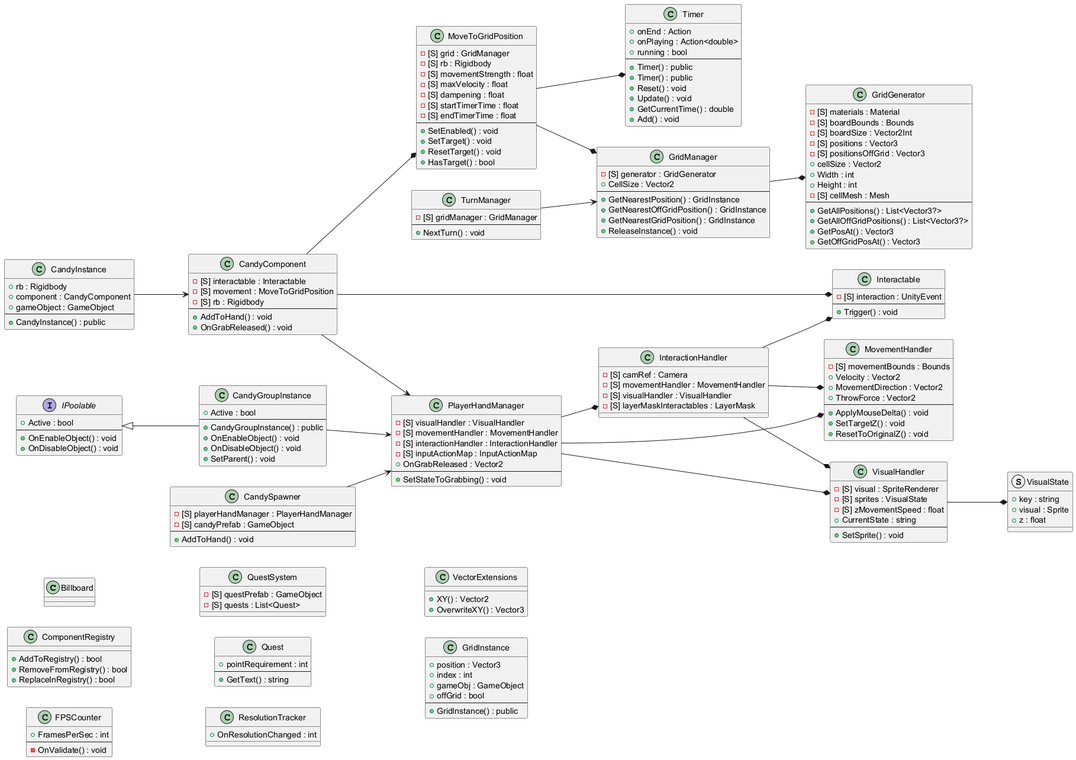
The PlantUML diagram .docs/desired_design.png in RyanDefost/Mii_Commander, before a commit. Its diagram source:
```plantuml
@startuml
skinparam classAttributeIconSize 10
set namespaceSeparator none
left to right direction

class Billboard {
}

class ComponentRegistry {
    + AddToRegistry() : bool
    + RemoveFromRegistry() : bool
    + ReplaceInRegistry() : bool
}

class FPSCounter {
    + FramesPerSec : int
    --
    - OnValidate() : void
}

interface IPoolable {
    + Active : bool
    --
    + OnEnableObject() : void
    + OnDisableObject() : void
}

class QuestSystem {
    - [S] questPrefab : GameObject
    - [S] quests : List<Quest>
}

class Quest {
    + pointRequirement : int
    --
    + GetText() : string
}

class ResolutionTracker {
    + OnResolutionChanged : int
}

class Timer {
    + onEnd : Action
    + onPlaying : Action<double>
    + running : bool
    --
    + Timer() : public
    + Timer() : public
    + Reset() : void
    + Update() : void
    + GetCurrentTime() : double
    + Add() : void
}

class VectorExtensions {
    + XY() : Vector2
    + OverwriteXY() : Vector3
}

class GridGenerator {
    - [S] materials : Material
    - [S] boardBounds : Bounds
    - [S] boardSize : Vector2Int
    - [S] positions : Vector3
    - [S] positionsOffGrid : Vector3
    + cellSize : Vector2
    + Width : int
    + Height : int
    - [S] cellMesh : Mesh
    --
    + GetAllPositions() : List<Vector3?>
    + GetAllOffGridPositions() : List<Vector3?>
    + GetPosAt() : Vector3
    + GetOffGridPosAt() : Vector3
}

class GridManager {
    - [S] generator : GridGenerator
    + CellSize : Vector2
    --
    + GetNearestPosition() : GridInstance
    + GetNearestOffGridPosition() : GridInstance
    + GetNearestGridPosition() : GridInstance
    + ReleaseInstance() : void
}

class GridInstance {
    + position : Vector3
    + index : int
    + gameObj : GameObject
    + offGrid : bool
    --
    + GridInstance() : public
}

class TurnManager {
    - [S] gridManager : GridManager
    --
    + NextTurn() : void
}

class Interactable {
    - [S] interaction : UnityEvent
    --
    + Trigger() : void
}

class MoveToGridPosition {
    - [S] grid : GridManager
    - [S] rb : Rigidbody
    - [S] movementStrength : float
    - [S] maxVelocity : float
    - [S] dampening : float
    - [S] startTimerTime : float
    - [S] endTimerTime : float
    --
    + SetEnabled() : void
    + SetTarget() : void
    + ResetTarget() : void
    + HasTarget() : bool
}

class CandyComponent {
    - [S] interactable : Interactable
    - [S] movement : MoveToGridPosition
    - [S] rb : Rigidbody
    --
    + AddToHand() : void
    + OnGrabReleased() : void
}

class CandyGroupInstance {
    + Active : bool
    --
    + CandyGroupInstance() : public
    + OnEnableObject() : void
    + OnDisableObject() : void
    + SetParent() : void
}

class CandyInstance {
    + rb : Rigidbody
    + component : CandyComponent
    + gameObject : GameObject
    --
    + CandyInstance() : public
}

class CandySpawner {
    - [S] playerHandManager : PlayerHandManager
    - [S] candyPrefab : GameObject
    --
    + AddToHand() : void
}

class InteractionHandler {
    - [S] camRef : Camera
    - [S] movementHandler : MovementHandler
    - [S] visualHandler : VisualHandler
    - [S] layerMaskInteractables : LayerMask
}

class MovementHandler {
    - [S] movementBounds : Bounds
    + Velocity : Vector2
    + MovementDirection : Vector2
    + ThrowForce : Vector2
    --
    + ApplyMouseDelta() : void
    + SetTargetZ() : void
    + ResetToOriginalZ() : void
}

class PlayerHandManager {
    - [S] visualHandler : VisualHandler
    - [S] movementHandler : MovementHandler
    - [S] interactionHandler : InteractionHandler
    - [S] inputActionMap : InputActionMap
    + OnGrabReleased : Vector2
    --
    + SetStateToGrabbing() : void
}

class VisualHandler {
    - [S] visual : SpriteRenderer
    - [S] sprites : VisualState
    - [S] zMovementSpeed : float
    + CurrentState : string
    --
    + SetSprite() : void
}

struct VisualState {
    + key : string
    + visual : Sprite
    + z : float
}

IPoolable <|-- CandyGroupInstance
GridManager --* GridGenerator
TurnManager --> GridManager
MoveToGridPosition --* GridManager
MoveToGridPosition --* Timer
CandyComponent --* Interactable
CandyComponent --* MoveToGridPosition
CandyComponent --> PlayerHandManager
CandyGroupInstance --> PlayerHandManager
CandyInstance --> CandyComponent
CandySpawner --> PlayerHandManager
InteractionHandler --* MovementHandler
InteractionHandler --* VisualHandler
InteractionHandler --* Interactable
PlayerHandManager --* VisualHandler
PlayerHandManager --* MovementHandler
PlayerHandManager --* InteractionHandler
VisualHandler --* VisualState

@enduml
```
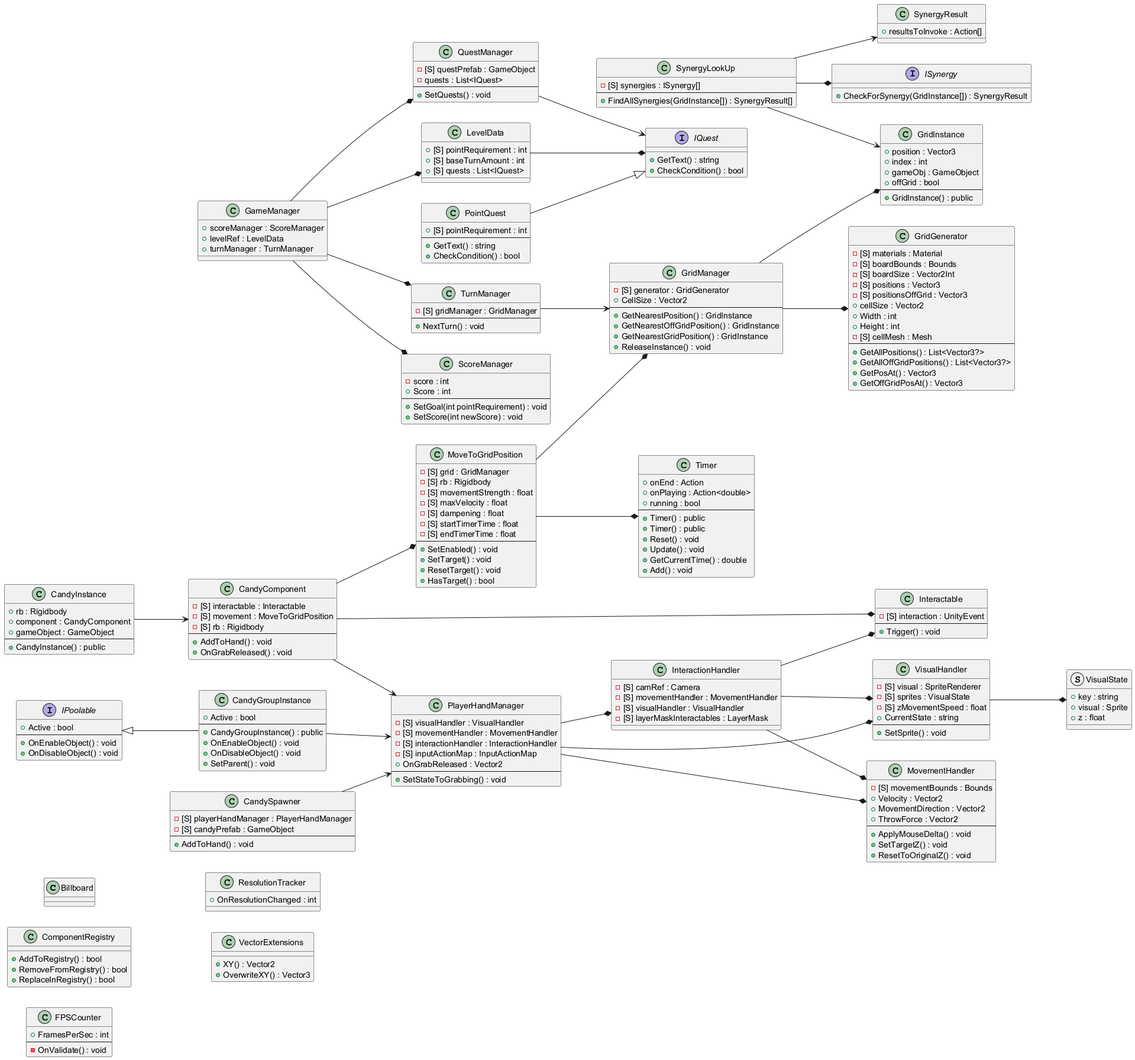
After the commit.

Commit message:
Update: reworking and adding to uml, worked on synergie and game/score/turn management

The edit, as a diff of the source:
```diff
@@ -10,6 +10,20 @@
     + AddToRegistry() : bool
     + RemoveFromRegistry() : bool
     + ReplaceInRegistry() : bool
+}
+
+class SynergyLookUp {
+    - [S] synergies : ISynergy[]
+    --
+    + FindAllSynergies(GridInstance[]) : SynergyResult[]
+}
+
+interface ISynergy {
+    + CheckForSynergy(GridInstance[]) : SynergyResult
+}
+
+class SynergyResult {
+    + resultsToInvoke : Action[]
 }
 
 class FPSCounter {
@@ -25,15 +39,43 @@
     + OnDisableObject() : void
 }
 
-class QuestSystem {
+class QuestManager {
     - [S] questPrefab : GameObject
-    - [S] quests : List<Quest>
+    - quests : List<IQuest>
+    --
+    + SetQuests() : void
 }
 
-class Quest {
-    + pointRequirement : int
+interface IQuest {
+    + GetText() : string
+    + CheckCondition() : bool
+}
+
+class PointQuest {
+    + [S] pointRequirement : int
     --
     + GetText() : string
+    + CheckCondition() : bool
+}
+
+class GameManager {
+    + scoreManager : ScoreManager
+    + levelRef : LevelData
+    + turnManager : TurnManager
+}
+
+class LevelData {
+    + [S] pointRequirement : int
+    + [S] baseTurnAmount : int
+    + [S] quests : List<IQuest>
+}
+
+class ScoreManager {
+    - score : int
+    + Score : int
+    --
+    + SetGoal(int pointRequirement) : void
+    + SetScore(int newScore) : void
 }
 
 class ResolutionTracker {
@@ -199,6 +241,7 @@
 
 IPoolable <|-- CandyGroupInstance
 GridManager --* GridGenerator
+GridManager --* GridInstance
 TurnManager --> GridManager
 MoveToGridPosition --* GridManager
 MoveToGridPosition --* Timer
@@ -215,5 +258,15 @@
 PlayerHandManager --* MovementHandler
 PlayerHandManager --* InteractionHandler
 VisualHandler --* VisualState
+GameManager --* ScoreManager
+GameManager --* LevelData
+GameManager --* TurnManager
+GameManager --* QuestManager
+LevelData --* IQuest
+QuestManager --> IQuest
+PointQuest --|> IQuest
+SynergyLookUp --* ISynergy
+SynergyLookUp --> SynergyResult
+SynergyLookUp --> GridInstance
 
 @enduml
```
